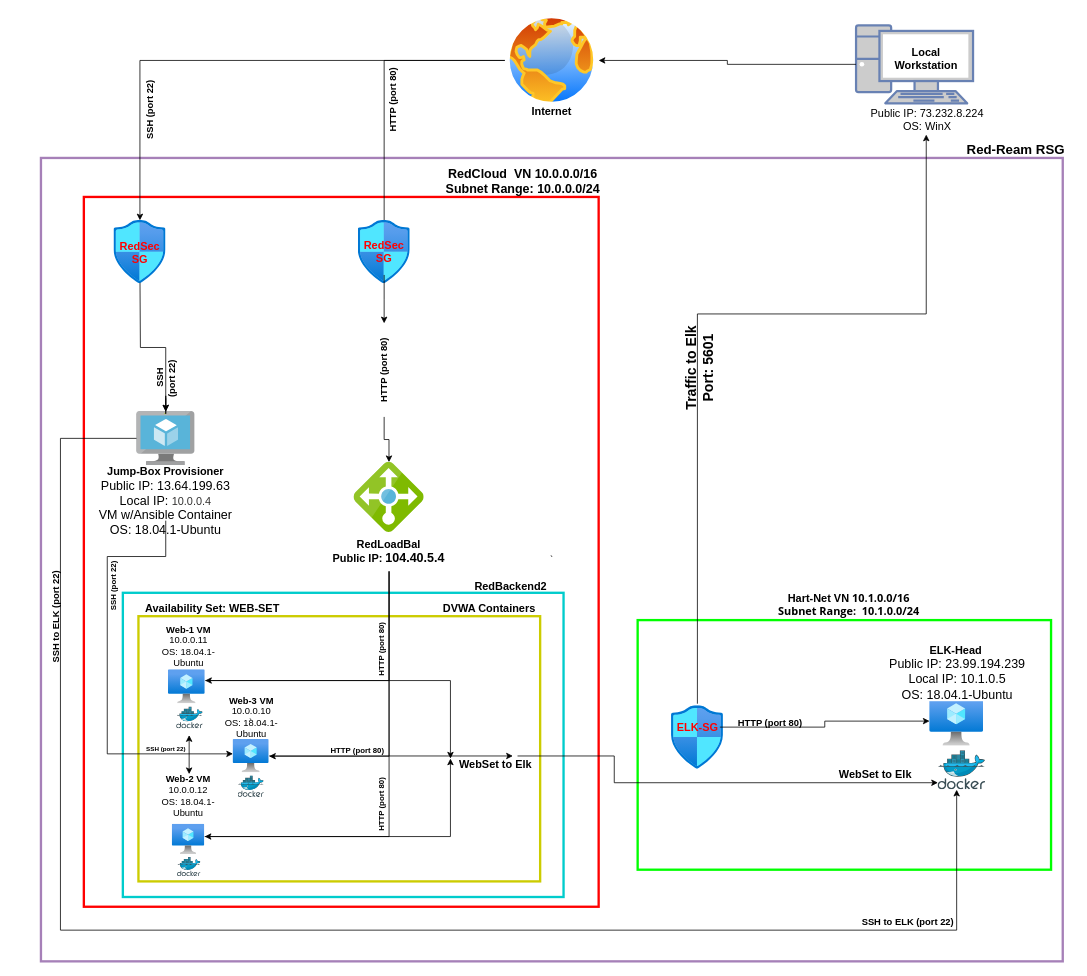
Before: Images/my_azure2.drawio in 8a1anc3/ELKthis, a draw.io diagram. Source tidied: cells renumbered, new cells numbered last; positions are measured from the earlier drawing's top-left corner, leaving out a move shared by most shapes. Both pictures are drawn from the tidied source at 78%, with x=0, y=0 at pixel (5, 13).
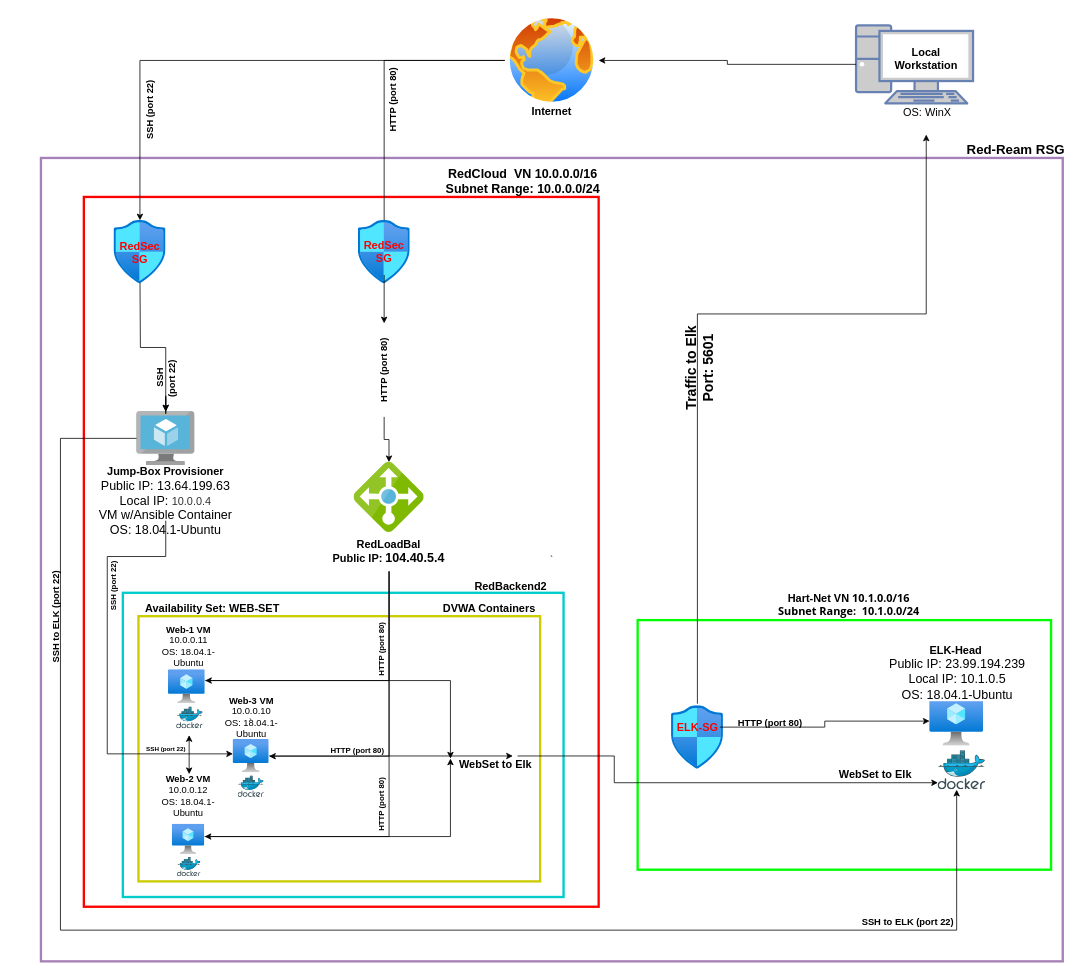
The same page after the edit.

Unchanged cells that the change refers to:
```xml
<mxCell id="30" style="edgeStyle=orthogonalEdgeStyle;rounded=0;jettySize=auto;html=1;entryX=1;entryY=0.5;entryDx=0;entryDy=0;" parent="1" edge="1" source="28" target="12">
  <mxGeometry relative="1" as="geometry" />
</mxCell>
```

The edit, as a diff of the source:
```diff
@@
-    <mxCell id="31" value="&lt;span style=&quot;font-size: 14px;&quot;&gt;Public IP: 73.232.8.224&lt;br style=&quot;font-size: 14px;&quot;&gt;OS: WinX&lt;/span&gt;" style="edgeLabel;html=1;align=center;verticalAlign=middle;labelBackgroundColor=none;fontStyle=0;fontSize=14;" parent="30" vertex="1">
+    <mxCell id="31" value="&lt;span style=&quot;font-size: 14px&quot;&gt;&lt;br style=&quot;font-size: 14px&quot;&gt;OS: WinX&lt;/span&gt;" style="edgeLabel;html=1;align=center;verticalAlign=middle;labelBackgroundColor=none;fontStyle=0;fontSize=14;" parent="30" vertex="1">
       <mxGeometry x="-0.43" y="5" relative="1" as="geometry">
-        <mxPoint x="185.2" y="65" as="offset" />
+        <mxPoint x="185" y="47" as="offset" />
       </mxGeometry>
     </mxCell>
```
